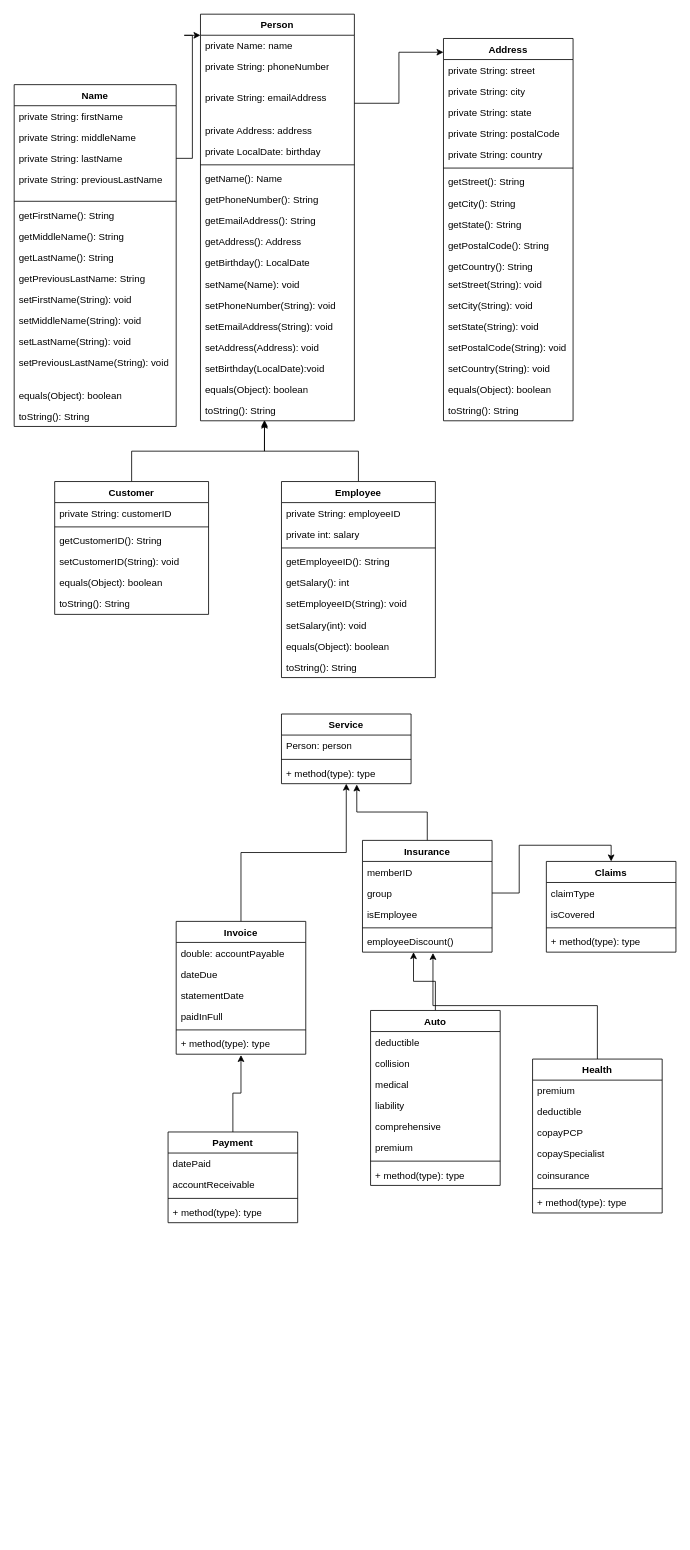
This is Documentation/InsuranceCompanyClassDiagram.drawio from asamczynski-solvd/InsuranceCompany, a draw.io file, before an edit. Source tidied: cells renumbered, new cells numbered last; positions are measured from the earlier drawing's top-left corner, leaving out a move shared by most shapes. Both pictures are drawn from the tidied source at 81%, with x=0, y=0 at pixel (14, 14).
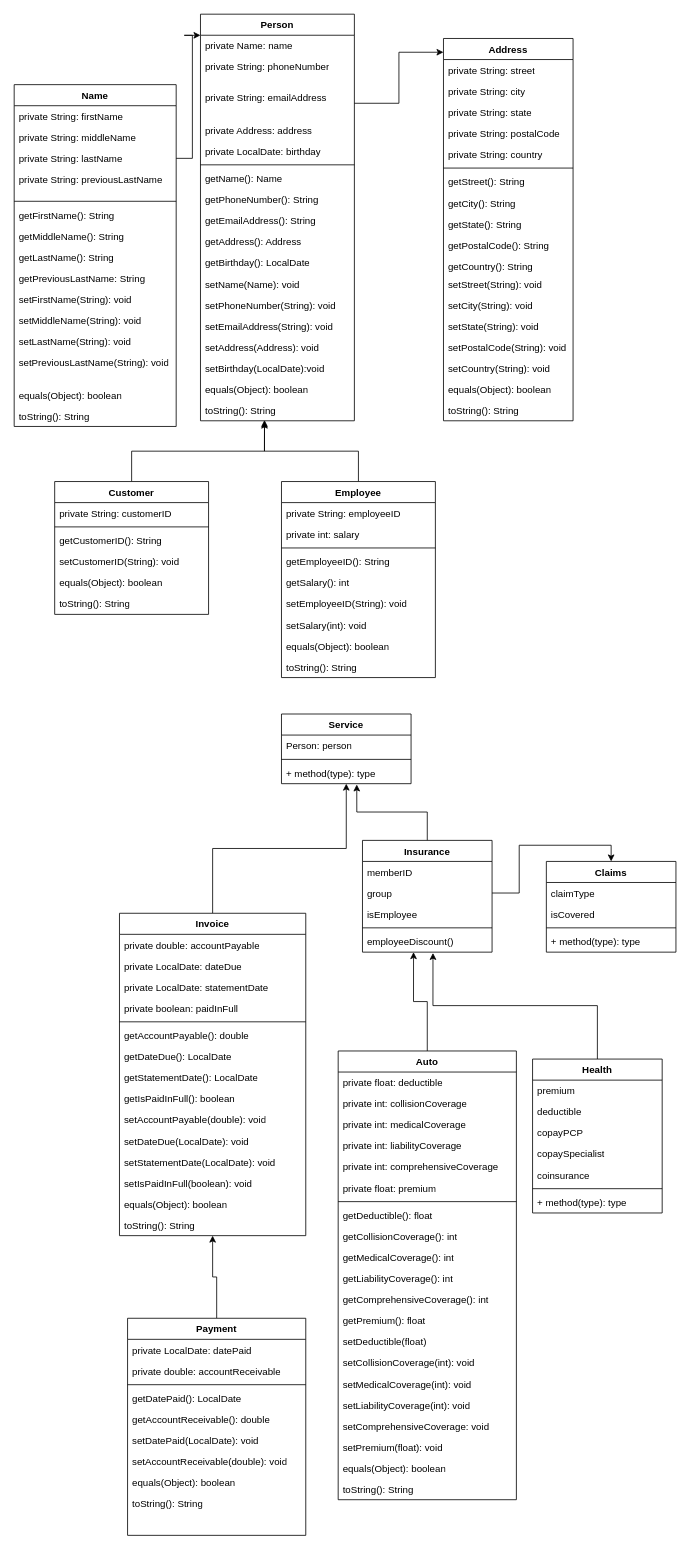
The same page after the edit.

Change to the diagram source:
```diff
@@
     <mxCell id="3" value="Invoice" style="swimlane;fontStyle=1;align=center;verticalAlign=top;horizontal=1;startSize=26;whiteSpace=wrap;html=1;" parent="1" vertex="1">
-      <mxGeometry x="200" y="1120" width="160" height="164" as="geometry" />
+      <mxGeometry x="130" y="1110" width="230" height="398" as="geometry" />
     </mxCell>
-    <mxCell id="4" value="double: accountPayable" style="text;strokeColor=none;fillColor=none;align=left;verticalAlign=top;spacingLeft=4;spacingRight=4;overflow=hidden;whiteSpace=wrap;html=1;" parent="3" vertex="1">
-      <mxGeometry y="26" width="160" height="26" as="geometry" />
+    <mxCell id="4" value="private double: accountPayable" style="text;strokeColor=none;fillColor=none;align=left;verticalAlign=top;spacingLeft=4;spacingRight=4;overflow=hidden;whiteSpace=wrap;html=1;" parent="3" vertex="1">
+      <mxGeometry y="26" width="230" height="26" as="geometry" />
     </mxCell>
-    <mxCell id="5" value="dateDue" style="text;strokeColor=none;fillColor=none;align=left;verticalAlign=top;spacingLeft=4;spacingRight=4;overflow=hidden;whiteSpace=wrap;html=1;" parent="3" vertex="1">
-      <mxGeometry y="52" width="160" height="26" as="geometry" />
+    <mxCell id="5" value="private LocalDate: dateDue" style="text;strokeColor=none;fillColor=none;align=left;verticalAlign=top;spacingLeft=4;spacingRight=4;overflow=hidden;whiteSpace=wrap;html=1;" parent="3" vertex="1">
+      <mxGeometry y="52" width="230" height="26" as="geometry" />
     </mxCell>
-    <mxCell id="6" value="statementDate" style="text;strokeColor=none;fillColor=none;align=left;verticalAlign=top;spacingLeft=4;spacingRight=4;overflow=hidden;whiteSpace=wrap;html=1;" parent="3" vertex="1">
-      <mxGeometry y="78" width="160" height="26" as="geometry" />
+    <mxCell id="6" value="private LocalDate: statementDate" style="text;strokeColor=none;fillColor=none;align=left;verticalAlign=top;spacingLeft=4;spacingRight=4;overflow=hidden;whiteSpace=wrap;html=1;" parent="3" vertex="1">
+      <mxGeometry y="78" width="230" height="26" as="geometry" />
     </mxCell>
-    <mxCell id="7" value="paidInFull" style="text;strokeColor=none;fillColor=none;align=left;verticalAlign=top;spacingLeft=4;spacingRight=4;overflow=hidden;whiteSpace=wrap;html=1;" parent="3" vertex="1">
-      <mxGeometry y="104" width="160" height="26" as="geometry" />
+    <mxCell id="7" value="private boolean: paidInFull" style="text;strokeColor=none;fillColor=none;align=left;verticalAlign=top;spacingLeft=4;spacingRight=4;overflow=hidden;whiteSpace=wrap;html=1;" parent="3" vertex="1">
+      <mxGeometry y="104" width="230" height="26" as="geometry" />
     </mxCell>
     <mxCell id="8" style="line;strokeWidth=1;fillColor=none;align=left;verticalAlign=middle;spacingTop=-1;spacingLeft=3;spacingRight=3;labelPosition=right;strokeColor=inherit;" parent="3" vertex="1">
-      <mxGeometry y="130" width="160" height="8" as="geometry" />
+      <mxGeometry y="130" width="230" height="8" as="geometry" />
     </mxCell>
-    <mxCell id="9" value="+ method(type): type" style="text;strokeColor=none;fillColor=none;align=left;verticalAlign=top;spacingLeft=4;spacingRight=4;overflow=hidden;points=[[0,0.5],[1,0.5]];portConstraint=eastwest;whiteSpace=wrap;html=1;" parent="3" vertex="1">
-      <mxGeometry y="138" width="160" height="26" as="geometry" />
+    <mxCell id="9" value="getAccountPayable(): double" style="text;strokeColor=none;fillColor=none;align=left;verticalAlign=top;spacingLeft=4;spacingRight=4;overflow=hidden;points=[[0,0.5],[1,0.5]];portConstraint=eastwest;whiteSpace=wrap;html=1;" parent="3" vertex="1">
+      <mxGeometry y="138" width="230" height="26" as="geometry" />
     </mxCell>
+    <mxCell id="127" value="getDateDue(): LocalDate" style="text;strokeColor=none;fillColor=none;align=left;verticalAlign=top;spacingLeft=4;spacingRight=4;overflow=hidden;whiteSpace=wrap;html=1;" parent="3" vertex="1">
+      <mxGeometry y="164" width="230" height="26" as="geometry" />
+    </mxCell>
+    <mxCell id="128" value="getStatementDate(): LocalDate" style="text;strokeColor=none;fillColor=none;align=left;verticalAlign=top;spacingLeft=4;spacingRight=4;overflow=hidden;whiteSpace=wrap;html=1;" parent="3" vertex="1">
+      <mxGeometry y="190" width="230" height="26" as="geometry" />
+    </mxCell>
+    <mxCell id="129" value="getIsPaidInFull(): boolean" style="text;strokeColor=none;fillColor=none;align=left;verticalAlign=top;spacingLeft=4;spacingRight=4;overflow=hidden;whiteSpace=wrap;html=1;" parent="3" vertex="1">
+      <mxGeometry y="216" width="230" height="26" as="geometry" />
+    </mxCell>
+    <mxCell id="130" value="setAccountPayable(double): void" style="text;strokeColor=none;fillColor=none;align=left;verticalAlign=top;spacingLeft=4;spacingRight=4;overflow=hidden;whiteSpace=wrap;html=1;" parent="3" vertex="1">
+      <mxGeometry y="242" width="230" height="26" as="geometry" />
+    </mxCell>
+    <mxCell id="131" value="setDateDue(LocalDate): void" style="text;strokeColor=none;fillColor=none;align=left;verticalAlign=top;spacingLeft=4;spacingRight=4;overflow=hidden;whiteSpace=wrap;html=1;" parent="3" vertex="1">
+      <mxGeometry y="268" width="230" height="26" as="geometry" />
+    </mxCell>
+    <mxCell id="132" value="setStatementDate(LocalDate): void" style="text;strokeColor=none;fillColor=none;align=left;verticalAlign=top;spacingLeft=4;spacingRight=4;overflow=hidden;whiteSpace=wrap;html=1;" parent="3" vertex="1">
+      <mxGeometry y="294" width="230" height="26" as="geometry" />
+    </mxCell>
+    <mxCell id="133" value="setIsPaidInFull(boolean): void" style="text;strokeColor=none;fillColor=none;align=left;verticalAlign=top;spacingLeft=4;spacingRight=4;overflow=hidden;whiteSpace=wrap;html=1;" parent="3" vertex="1">
+      <mxGeometry y="320" width="230" height="26" as="geometry" />
+    </mxCell>
+    <mxCell id="134" value="equals(Object): boolean" style="text;strokeColor=none;fillColor=none;align=left;verticalAlign=top;spacingLeft=4;spacingRight=4;overflow=hidden;whiteSpace=wrap;html=1;" parent="3" vertex="1">
+      <mxGeometry y="346" width="230" height="26" as="geometry" />
+    </mxCell>
+    <mxCell id="135" value="toString(): String" style="text;strokeColor=none;fillColor=none;align=left;verticalAlign=top;spacingLeft=4;spacingRight=4;overflow=hidden;whiteSpace=wrap;html=1;" parent="3" vertex="1">
+      <mxGeometry y="372" width="230" height="26" as="geometry" />
+    </mxCell>
@@
-    <mxCell id="23" style="edgeStyle=orthogonalEdgeStyle;rounded=0;jettySize=auto;html=1;exitX=0.5;exitY=0;exitDx=0;exitDy=0;entryX=0.5;entryY=1.039;entryDx=0;entryDy=0;entryPerimeter=0;" parent="1" edge="1" source="24" target="9">
-      <mxGeometry relative="1" as="geometry" />
-    </mxCell>
+    <mxCell id="136" style="edgeStyle=orthogonalEdgeStyle;rounded=0;jettySize=auto;html=1;exitX=0.5;exitY=0;exitDx=0;exitDy=0;" parent="1" edge="1" source="24" target="3">
+      <mxGeometry relative="1" as="geometry" />
+    </mxCell>
     <mxCell id="24" value="Payment" style="swimlane;fontStyle=1;align=center;verticalAlign=top;horizontal=1;startSize=26;whiteSpace=wrap;html=1;" parent="1" vertex="1">
-      <mxGeometry x="190" y="1380" width="160" height="112" as="geometry" />
+      <mxGeometry x="140" y="1610" width="220" height="268" as="geometry" />
     </mxCell>
-    <mxCell id="25" value="datePaid" style="text;strokeColor=none;fillColor=none;align=left;verticalAlign=top;spacingLeft=4;spacingRight=4;overflow=hidden;whiteSpace=wrap;html=1;" parent="24" vertex="1">
-      <mxGeometry y="26" width="160" height="26" as="geometry" />
+    <mxCell id="25" value="private LocalDate: datePaid" style="text;strokeColor=none;fillColor=none;align=left;verticalAlign=top;spacingLeft=4;spacingRight=4;overflow=hidden;whiteSpace=wrap;html=1;" parent="24" vertex="1">
+      <mxGeometry y="26" width="220" height="26" as="geometry" />
     </mxCell>
-    <mxCell id="26" value="accountReceivable" style="text;strokeColor=none;fillColor=none;align=left;verticalAlign=top;spacingLeft=4;spacingRight=4;overflow=hidden;whiteSpace=wrap;html=1;" parent="24" vertex="1">
-      <mxGeometry y="52" width="160" height="26" as="geometry" />
+    <mxCell id="26" value="private double: accountReceivable" style="text;strokeColor=none;fillColor=none;align=left;verticalAlign=top;spacingLeft=4;spacingRight=4;overflow=hidden;whiteSpace=wrap;html=1;" parent="24" vertex="1">
+      <mxGeometry y="52" width="220" height="26" as="geometry" />
     </mxCell>
     <mxCell id="27" style="line;strokeWidth=1;fillColor=none;align=left;verticalAlign=middle;spacingTop=-1;spacingLeft=3;spacingRight=3;labelPosition=right;strokeColor=inherit;" parent="24" vertex="1">
-      <mxGeometry y="78" width="160" height="8" as="geometry" />
+      <mxGeometry y="78" width="220" height="8" as="geometry" />
     </mxCell>
-    <mxCell id="28" value="+ method(type): type" style="text;strokeColor=none;fillColor=none;align=left;verticalAlign=top;spacingLeft=4;spacingRight=4;overflow=hidden;whiteSpace=wrap;html=1;" parent="24" vertex="1">
-      <mxGeometry y="86" width="160" height="26" as="geometry" />
+    <mxCell id="28" value="getDatePaid(): LocalDate" style="text;strokeColor=none;fillColor=none;align=left;verticalAlign=top;spacingLeft=4;spacingRight=4;overflow=hidden;whiteSpace=wrap;html=1;" parent="24" vertex="1">
+      <mxGeometry y="86" width="220" height="26" as="geometry" />
     </mxCell>
+    <mxCell id="137" value="getAccountReceivable(): double" style="text;strokeColor=none;fillColor=none;align=left;verticalAlign=top;spacingLeft=4;spacingRight=4;overflow=hidden;whiteSpace=wrap;html=1;" parent="24" vertex="1">
+      <mxGeometry y="112" width="220" height="26" as="geometry" />
+    </mxCell>
+    <mxCell id="138" value="setDatePaid(LocalDate): void" style="text;strokeColor=none;fillColor=none;align=left;verticalAlign=top;spacingLeft=4;spacingRight=4;overflow=hidden;whiteSpace=wrap;html=1;" parent="24" vertex="1">
+      <mxGeometry y="138" width="220" height="26" as="geometry" />
+    </mxCell>
+    <mxCell id="139" value="setAccountReceivable(double): void" style="text;strokeColor=none;fillColor=none;align=left;verticalAlign=top;spacingLeft=4;spacingRight=4;overflow=hidden;whiteSpace=wrap;html=1;" parent="24" vertex="1">
+      <mxGeometry y="164" width="220" height="26" as="geometry" />
+    </mxCell>
+    <mxCell id="140" value="equals(Object): boolean" style="text;strokeColor=none;fillColor=none;align=left;verticalAlign=top;spacingLeft=4;spacingRight=4;overflow=hidden;whiteSpace=wrap;html=1;" parent="24" vertex="1">
+      <mxGeometry y="190" width="220" height="26" as="geometry" />
+    </mxCell>
+    <mxCell id="141" value="toString(): String" style="text;strokeColor=none;fillColor=none;align=left;verticalAlign=top;spacingLeft=4;spacingRight=4;overflow=hidden;whiteSpace=wrap;html=1;" parent="24" vertex="1">
+      <mxGeometry y="216" width="220" height="26" as="geometry" />
+    </mxCell>
+    <mxCell id="142" style="text;strokeColor=none;fillColor=none;align=left;verticalAlign=top;spacingLeft=4;spacingRight=4;overflow=hidden;whiteSpace=wrap;html=1;" parent="24" vertex="1">
+      <mxGeometry y="242" width="220" height="26" as="geometry" />
+    </mxCell>
@@
     <mxCell id="30" value="Auto" style="swimlane;fontStyle=1;align=center;verticalAlign=top;horizontal=1;startSize=26;whiteSpace=wrap;html=1;" parent="1" vertex="1">
-      <mxGeometry x="440" y="1230" width="160" height="216" as="geometry" />
+      <mxGeometry x="400" y="1280" width="220" height="554" as="geometry" />
     </mxCell>
-    <mxCell id="31" value="deductible" style="text;strokeColor=none;fillColor=none;align=left;verticalAlign=top;spacingLeft=4;spacingRight=4;overflow=hidden;whiteSpace=wrap;html=1;" parent="30" vertex="1">
-      <mxGeometry y="26" width="160" height="26" as="geometry" />
+    <mxCell id="31" value="private float: deductible" style="text;strokeColor=none;fillColor=none;align=left;verticalAlign=top;spacingLeft=4;spacingRight=4;overflow=hidden;whiteSpace=wrap;html=1;" parent="30" vertex="1">
+      <mxGeometry y="26" width="220" height="26" as="geometry" />
     </mxCell>
-    <mxCell id="32" value="collision" style="text;strokeColor=none;fillColor=none;align=left;verticalAlign=top;spacingLeft=4;spacingRight=4;overflow=hidden;whiteSpace=wrap;html=1;" parent="30" vertex="1">
-      <mxGeometry y="52" width="160" height="26" as="geometry" />
+    <mxCell id="32" value="private int: collisionCoverage" style="text;strokeColor=none;fillColor=none;align=left;verticalAlign=top;spacingLeft=4;spacingRight=4;overflow=hidden;whiteSpace=wrap;html=1;" parent="30" vertex="1">
+      <mxGeometry y="52" width="220" height="26" as="geometry" />
     </mxCell>
-    <mxCell id="33" value="medical" style="text;strokeColor=none;fillColor=none;align=left;verticalAlign=top;spacingLeft=4;spacingRight=4;overflow=hidden;whiteSpace=wrap;html=1;" parent="30" vertex="1">
-      <mxGeometry y="78" width="160" height="26" as="geometry" />
+    <mxCell id="33" value="private int: medicalCoverage" style="text;strokeColor=none;fillColor=none;align=left;verticalAlign=top;spacingLeft=4;spacingRight=4;overflow=hidden;whiteSpace=wrap;html=1;" parent="30" vertex="1">
+      <mxGeometry y="78" width="220" height="26" as="geometry" />
     </mxCell>
-    <mxCell id="34" value="liability" style="text;strokeColor=none;fillColor=none;align=left;verticalAlign=top;spacingLeft=4;spacingRight=4;overflow=hidden;whiteSpace=wrap;html=1;" parent="30" vertex="1">
-      <mxGeometry y="104" width="160" height="26" as="geometry" />
+    <mxCell id="34" value="private int: liabilityCoverage" style="text;strokeColor=none;fillColor=none;align=left;verticalAlign=top;spacingLeft=4;spacingRight=4;overflow=hidden;whiteSpace=wrap;html=1;" parent="30" vertex="1">
+      <mxGeometry y="104" width="220" height="26" as="geometry" />
     </mxCell>
-    <mxCell id="35" value="comprehensive&lt;br&gt;" style="text;strokeColor=none;fillColor=none;align=left;verticalAlign=top;spacingLeft=4;spacingRight=4;overflow=hidden;whiteSpace=wrap;html=1;" parent="30" vertex="1">
-      <mxGeometry y="130" width="160" height="26" as="geometry" />
+    <mxCell id="35" value="private int: comprehensiveCoverage" style="text;strokeColor=none;fillColor=none;align=left;verticalAlign=top;spacingLeft=4;spacingRight=4;overflow=hidden;whiteSpace=wrap;html=1;" parent="30" vertex="1">
+      <mxGeometry y="130" width="220" height="26" as="geometry" />
     </mxCell>
-    <mxCell id="36" value="premium" style="text;strokeColor=none;fillColor=none;align=left;verticalAlign=top;spacingLeft=4;spacingRight=4;overflow=hidden;whiteSpace=wrap;html=1;" parent="30" vertex="1">
-      <mxGeometry y="156" width="160" height="26" as="geometry" />
+    <mxCell id="36" value="private float: premium" style="text;strokeColor=none;fillColor=none;align=left;verticalAlign=top;spacingLeft=4;spacingRight=4;overflow=hidden;whiteSpace=wrap;html=1;" parent="30" vertex="1">
+      <mxGeometry y="156" width="220" height="26" as="geometry" />
     </mxCell>
     <mxCell id="37" style="line;strokeWidth=1;fillColor=none;align=left;verticalAlign=middle;spacingTop=-1;spacingLeft=3;spacingRight=3;labelPosition=right;strokeColor=inherit;" parent="30" vertex="1">
-      <mxGeometry y="182" width="160" height="8" as="geometry" />
+      <mxGeometry y="182" width="220" height="8" as="geometry" />
     </mxCell>
-    <mxCell id="38" value="+ method(type): type" style="text;strokeColor=none;fillColor=none;align=left;verticalAlign=top;spacingLeft=4;spacingRight=4;overflow=hidden;whiteSpace=wrap;html=1;" parent="30" vertex="1">
-      <mxGeometry y="190" width="160" height="26" as="geometry" />
+    <mxCell id="38" value="getDeductible(): float" style="text;strokeColor=none;fillColor=none;align=left;verticalAlign=top;spacingLeft=4;spacingRight=4;overflow=hidden;whiteSpace=wrap;html=1;" parent="30" vertex="1">
+      <mxGeometry y="190" width="220" height="26" as="geometry" />
     </mxCell>
+    <mxCell id="143" value="getCollisionCoverage(): int" style="text;strokeColor=none;fillColor=none;align=left;verticalAlign=top;spacingLeft=4;spacingRight=4;overflow=hidden;whiteSpace=wrap;html=1;" parent="30" vertex="1">
+      <mxGeometry y="216" width="220" height="26" as="geometry" />
+    </mxCell>
+    <mxCell id="144" value="getMedicalCoverage(): int" style="text;strokeColor=none;fillColor=none;align=left;verticalAlign=top;spacingLeft=4;spacingRight=4;overflow=hidden;whiteSpace=wrap;html=1;" parent="30" vertex="1">
+      <mxGeometry y="242" width="220" height="26" as="geometry" />
+    </mxCell>
+    <mxCell id="145" value="getLiabilityCoverage(): int" style="text;strokeColor=none;fillColor=none;align=left;verticalAlign=top;spacingLeft=4;spacingRight=4;overflow=hidden;whiteSpace=wrap;html=1;" parent="30" vertex="1">
+      <mxGeometry y="268" width="220" height="26" as="geometry" />
+    </mxCell>
+    <mxCell id="146" value="getComprehensiveCoverage(): int" style="text;strokeColor=none;fillColor=none;align=left;verticalAlign=top;spacingLeft=4;spacingRight=4;overflow=hidden;whiteSpace=wrap;html=1;" parent="30" vertex="1">
+      <mxGeometry y="294" width="220" height="26" as="geometry" />
+    </mxCell>
+    <mxCell id="147" value="getPremium(): float" style="text;strokeColor=none;fillColor=none;align=left;verticalAlign=top;spacingLeft=4;spacingRight=4;overflow=hidden;whiteSpace=wrap;html=1;" parent="30" vertex="1">
+      <mxGeometry y="320" width="220" height="26" as="geometry" />
+    </mxCell>
+    <mxCell id="148" value="setDeductible(float)" style="text;strokeColor=none;fillColor=none;align=left;verticalAlign=top;spacingLeft=4;spacingRight=4;overflow=hidden;whiteSpace=wrap;html=1;" parent="30" vertex="1">
+      <mxGeometry y="346" width="220" height="26" as="geometry" />
+    </mxCell>
+    <mxCell id="149" value="setCollisionCoverage(int): void" style="text;strokeColor=none;fillColor=none;align=left;verticalAlign=top;spacingLeft=4;spacingRight=4;overflow=hidden;whiteSpace=wrap;html=1;" parent="30" vertex="1">
+      <mxGeometry y="372" width="220" height="26" as="geometry" />
+    </mxCell>
+    <mxCell id="150" value="setMedicalCoverage(int): void" style="text;strokeColor=none;fillColor=none;align=left;verticalAlign=top;spacingLeft=4;spacingRight=4;overflow=hidden;whiteSpace=wrap;html=1;" parent="30" vertex="1">
+      <mxGeometry y="398" width="220" height="26" as="geometry" />
+    </mxCell>
+    <mxCell id="151" value="setLiabilityCoverage(int): void" style="text;strokeColor=none;fillColor=none;align=left;verticalAlign=top;spacingLeft=4;spacingRight=4;overflow=hidden;whiteSpace=wrap;html=1;" parent="30" vertex="1">
+      <mxGeometry y="424" width="220" height="26" as="geometry" />
+    </mxCell>
+    <mxCell id="152" value="setComprehensiveCoverage: void" style="text;strokeColor=none;fillColor=none;align=left;verticalAlign=top;spacingLeft=4;spacingRight=4;overflow=hidden;whiteSpace=wrap;html=1;" parent="30" vertex="1">
+      <mxGeometry y="450" width="220" height="26" as="geometry" />
+    </mxCell>
+    <mxCell id="153" value="setPremium(float): void" style="text;strokeColor=none;fillColor=none;align=left;verticalAlign=top;spacingLeft=4;spacingRight=4;overflow=hidden;whiteSpace=wrap;html=1;" parent="30" vertex="1">
+      <mxGeometry y="476" width="220" height="26" as="geometry" />
+    </mxCell>
+    <mxCell id="154" value="equals(Object): boolean" style="text;strokeColor=none;fillColor=none;align=left;verticalAlign=top;spacingLeft=4;spacingRight=4;overflow=hidden;whiteSpace=wrap;html=1;" parent="30" vertex="1">
+      <mxGeometry y="502" width="220" height="26" as="geometry" />
+    </mxCell>
+    <mxCell id="155" value="toString(): String" style="text;strokeColor=none;fillColor=none;align=left;verticalAlign=top;spacingLeft=4;spacingRight=4;overflow=hidden;whiteSpace=wrap;html=1;" parent="30" vertex="1">
+      <mxGeometry y="528" width="220" height="26" as="geometry" />
+    </mxCell>
```
